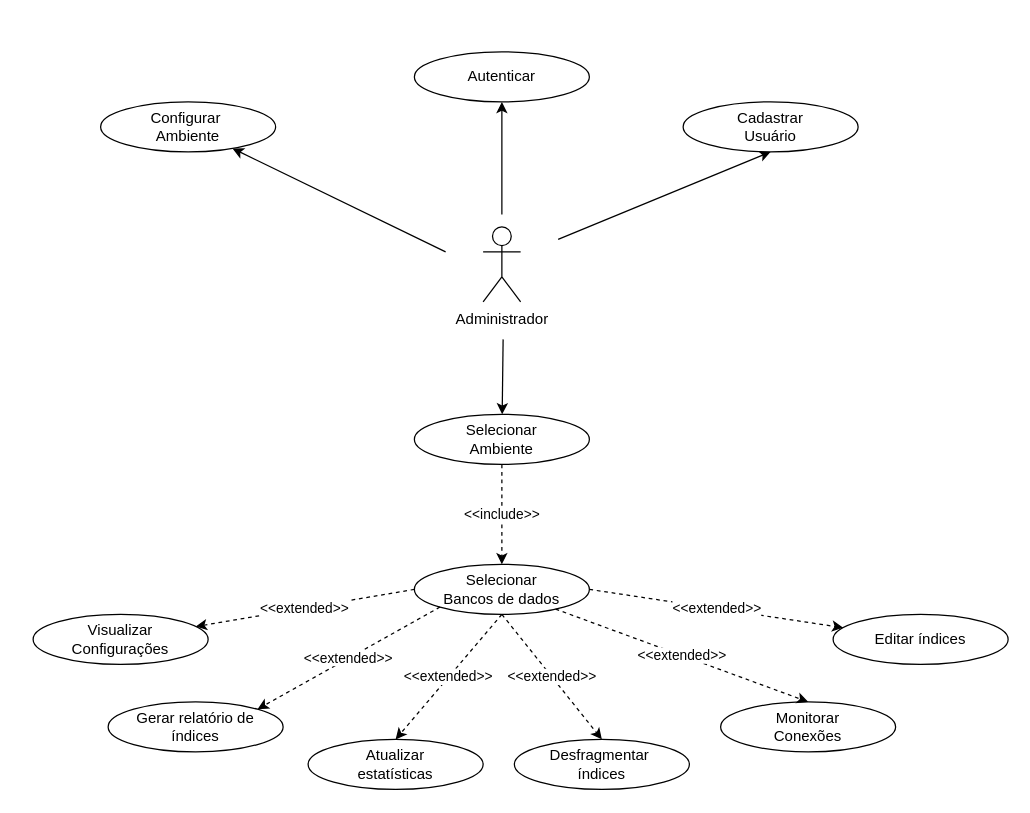
Above: page "USE CASE" (3 of 3) of docs/MER.drawio in adrianhideki/sindex (draw.io), before the change. Source tidied: cells renumbered, new cells numbered last; positions are measured from the earlier drawing's top-left corner, leaving out a move shared by most shapes. Both pictures are drawn from the tidied source at 125%, with x=0, y=0 at pixel (32, 51).
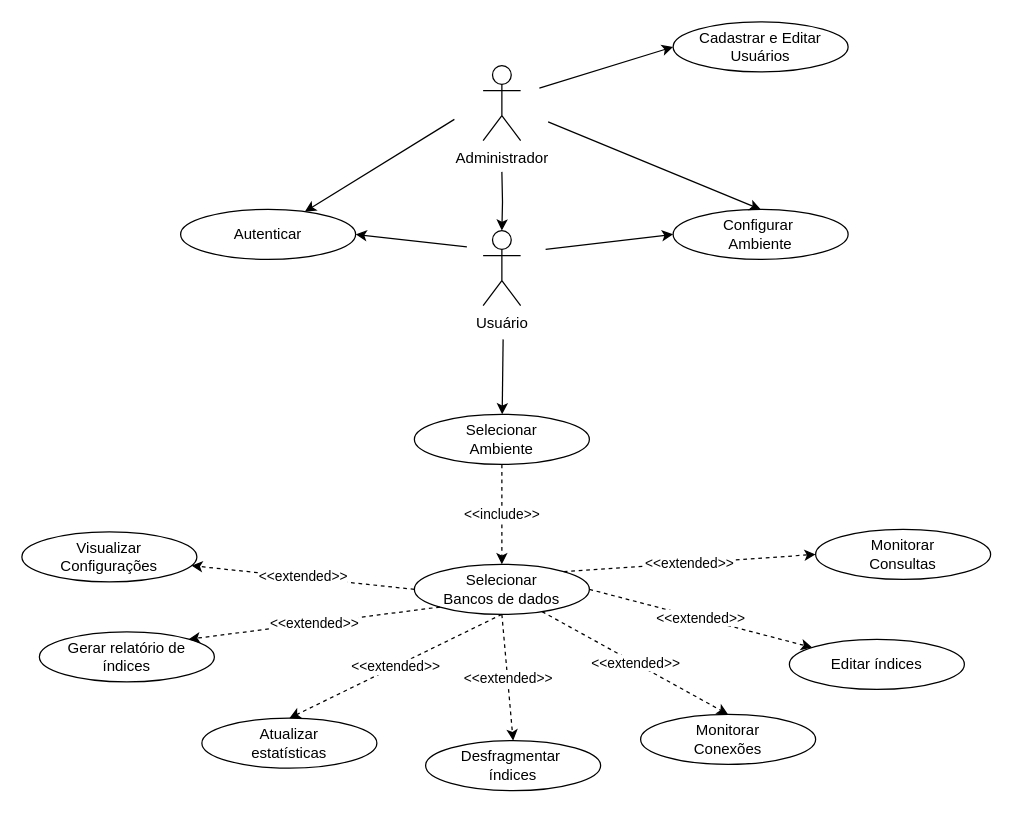
The same diagram, later.

The change refers to these unchanged cells:
```xml
<mxCell id="6" value="Selecionar&lt;br&gt;Bancos de dados" style="ellipse;whiteSpace=wrap;html=1;" parent="1" vertex="1">
  <mxGeometry x="305" y="410" width="140" height="40" as="geometry" />
</mxCell>
```

What changed in the source:
```diff
@@
     <mxCell id="2" value="Autenticar" style="ellipse;whiteSpace=wrap;html=1;" parent="1" vertex="1">
-      <mxGeometry x="305" width="140" height="40" as="geometry" />
+      <mxGeometry x="118" y="126" width="140" height="40" as="geometry" />
     </mxCell>
+    <mxCell id="25" style="edgeStyle=orthogonalEdgeStyle;rounded=0;jettySize=auto;html=1;entryX=0.5;entryY=0;entryDx=0;entryDy=0;entryPerimeter=0;" parent="1" edge="1" target="26">
+      <mxGeometry relative="1" as="geometry">
+        <mxPoint x="375" y="96" as="sourcePoint" />
+      </mxGeometry>
+    </mxCell>
     <mxCell id="3" value="Administrador&lt;br&gt;" style="shape=umlActor;verticalLabelPosition=bottom;verticalAlign=top;html=1;" parent="1" vertex="1">
-      <mxGeometry x="360" y="140" width="30" height="60" as="geometry" />
+      <mxGeometry x="360" y="11" width="30" height="60" as="geometry" />
     </mxCell>
-    <mxCell id="4" value="Cadastrar &lt;br&gt;Usuário" style="ellipse;whiteSpace=wrap;html=1;" parent="1" vertex="1">
-      <mxGeometry x="520" y="40" width="140" height="40" as="geometry" />
+    <mxCell id="4" value="Cadastrar e Editar&lt;br&gt;Usuários" style="ellipse;whiteSpace=wrap;html=1;" parent="1" vertex="1">
+      <mxGeometry x="512" y="-24" width="140" height="40" as="geometry" />
     </mxCell>
     <mxCell id="5" value="Configurar&amp;nbsp;&lt;br&gt;Ambiente" style="ellipse;whiteSpace=wrap;html=1;" parent="1" vertex="1">
-      <mxGeometry x="54" y="40" width="140" height="40" as="geometry" />
+      <mxGeometry x="512" y="126" width="140" height="40" as="geometry" />
     </mxCell>
@@
     <mxCell id="7" value="Gerar relatório de &lt;br&gt;índices" style="ellipse;whiteSpace=wrap;html=1;" parent="1" vertex="1">
-      <mxGeometry x="60" y="520" width="140" height="40" as="geometry" />
+      <mxGeometry x="5" y="464" width="140" height="40" as="geometry" />
     </mxCell>
     <mxCell id="8" value="Atualizar &lt;br&gt;estatísticas" style="ellipse;whiteSpace=wrap;html=1;" parent="1" vertex="1">
-      <mxGeometry x="220" y="550" width="140" height="40" as="geometry" />
+      <mxGeometry x="135" y="533" width="140" height="40" as="geometry" />
     </mxCell>
     <mxCell id="9" value="Desfragmentar&amp;nbsp;&lt;br&gt;índices" style="ellipse;whiteSpace=wrap;html=1;" parent="1" vertex="1">
-      <mxGeometry x="385" y="550" width="140" height="40" as="geometry" />
+      <mxGeometry x="314" y="551" width="140" height="40" as="geometry" />
     </mxCell>
     <mxCell id="10" value="Monitorar&lt;br&gt;Conexões" style="ellipse;whiteSpace=wrap;html=1;" parent="1" vertex="1">
-      <mxGeometry x="550" y="520" width="140" height="40" as="geometry" />
+      <mxGeometry x="486" y="530" width="140" height="40" as="geometry" />
     </mxCell>
     <mxCell id="11" value="Visualizar &lt;br&gt;Configurações" style="ellipse;whiteSpace=wrap;html=1;" parent="1" vertex="1">
-      <mxGeometry y="450" width="140" height="40" as="geometry" />
+      <mxGeometry x="-9" y="384" width="140" height="40" as="geometry" />
     </mxCell>
     <mxCell id="12" value="Editar índices" style="ellipse;whiteSpace=wrap;html=1;" parent="1" vertex="1">
-      <mxGeometry x="640" y="450" width="140" height="40" as="geometry" />
+      <mxGeometry x="605" y="470" width="140" height="40" as="geometry" />
     </mxCell>
-    <mxCell id="13" style="endArrow=classic;html=1;" parent="1" edge="1" target="5">
-      <mxGeometry relative="1" as="geometry">
-        <mxPoint x="330" y="160" as="sourcePoint" />
-      </mxGeometry>
-    </mxCell>
-    <mxCell id="14" style="endArrow=classic;html=1;" parent="1" edge="1" target="2">
-      <mxGeometry relative="1" as="geometry">
-        <mxPoint x="375" y="130" as="sourcePoint" />
-      </mxGeometry>
-    </mxCell>
-    <mxCell id="15" style="endArrow=classic;html=1;entryX=0.5;entryY=1;entryDx=0;entryDy=0;" parent="1" edge="1" target="4">
+    <mxCell id="15" style="endArrow=classic;html=1;entryX=0;entryY=0.5;entryDx=0;entryDy=0;" parent="1" edge="1" target="4">
       <mxGeometry relative="1" as="geometry">
-        <mxPoint x="420" y="150" as="sourcePoint" />
+        <mxPoint x="405" y="29" as="sourcePoint" />
       </mxGeometry>
     </mxCell>
@@
+    <mxCell id="26" value="Usuário" style="shape=umlActor;verticalLabelPosition=bottom;verticalAlign=top;html=1;outlineConnect=0;" parent="1" vertex="1">
+      <mxGeometry x="360" y="143" width="30" height="60" as="geometry" />
+    </mxCell>
+    <mxCell id="27" style="endArrow=classic;html=1;" parent="1" edge="1" target="2">
+      <mxGeometry relative="1" as="geometry">
+        <mxPoint x="337" y="54" as="sourcePoint" />
+      </mxGeometry>
+    </mxCell>
+    <mxCell id="28" style="endArrow=classic;html=1;entryX=0;entryY=0.5;entryDx=0;entryDy=0;" parent="1" edge="1" target="5">
+      <mxGeometry relative="1" as="geometry">
+        <mxPoint x="410" y="158" as="sourcePoint" />
+      </mxGeometry>
+    </mxCell>
+    <mxCell id="29" style="endArrow=classic;html=1;entryX=0.5;entryY=0;entryDx=0;entryDy=0;" parent="1" edge="1" target="5">
+      <mxGeometry relative="1" as="geometry">
+        <mxPoint x="412" y="56" as="sourcePoint" />
+      </mxGeometry>
+    </mxCell>
+    <mxCell id="30" style="endArrow=classic;html=1;entryX=1;entryY=0.5;entryDx=0;entryDy=0;" parent="1" edge="1" target="2">
+      <mxGeometry relative="1" as="geometry">
+        <mxPoint x="347" y="156" as="sourcePoint" />
+      </mxGeometry>
+    </mxCell>
+    <mxCell id="31" value="Monitorar&lt;br&gt;Consultas" style="ellipse;whiteSpace=wrap;html=1;" parent="1" vertex="1">
+      <mxGeometry x="626" y="382" width="140" height="40" as="geometry" />
+    </mxCell>
+    <mxCell id="32" value="&amp;lt;&amp;lt;extended&amp;gt;&amp;gt;" style="endArrow=classic;html=1;dashed=1;exitX=1;exitY=0;exitDx=0;exitDy=0;entryX=0;entryY=0.5;entryDx=0;entryDy=0;" parent="1" edge="1" source="6" target="31">
+      <mxGeometry relative="1" as="geometry" />
+    </mxCell>
```
